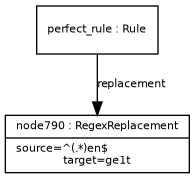
Earlier version of the Graphviz export examples/example_9.png (ontolex/morph). Its source is kept beside it as examples/example_9.dot.
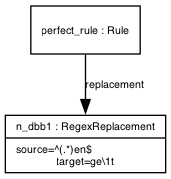
The same file after the commit.

The edit, as a diff of the source:
```diff
@@ -13,7 +13,7 @@
       fontsize = 8
     ]
 
-node790 [ label="{node790 : RegexReplacement|source=^(.*)en$\ltarget=ge\1t}" ]
-perfect_rule -> node790 [ label="replacement" ]
+n_dbb1 [ label="{n_dbb1 : RegexReplacement|source=^(.*)en$\ltarget=ge\\1t}" ]
+perfect_rule -> n_dbb1 [ label="replacement" ]
 perfect_rule [ label="{perfect_rule : Rule}" ]
 }
```
